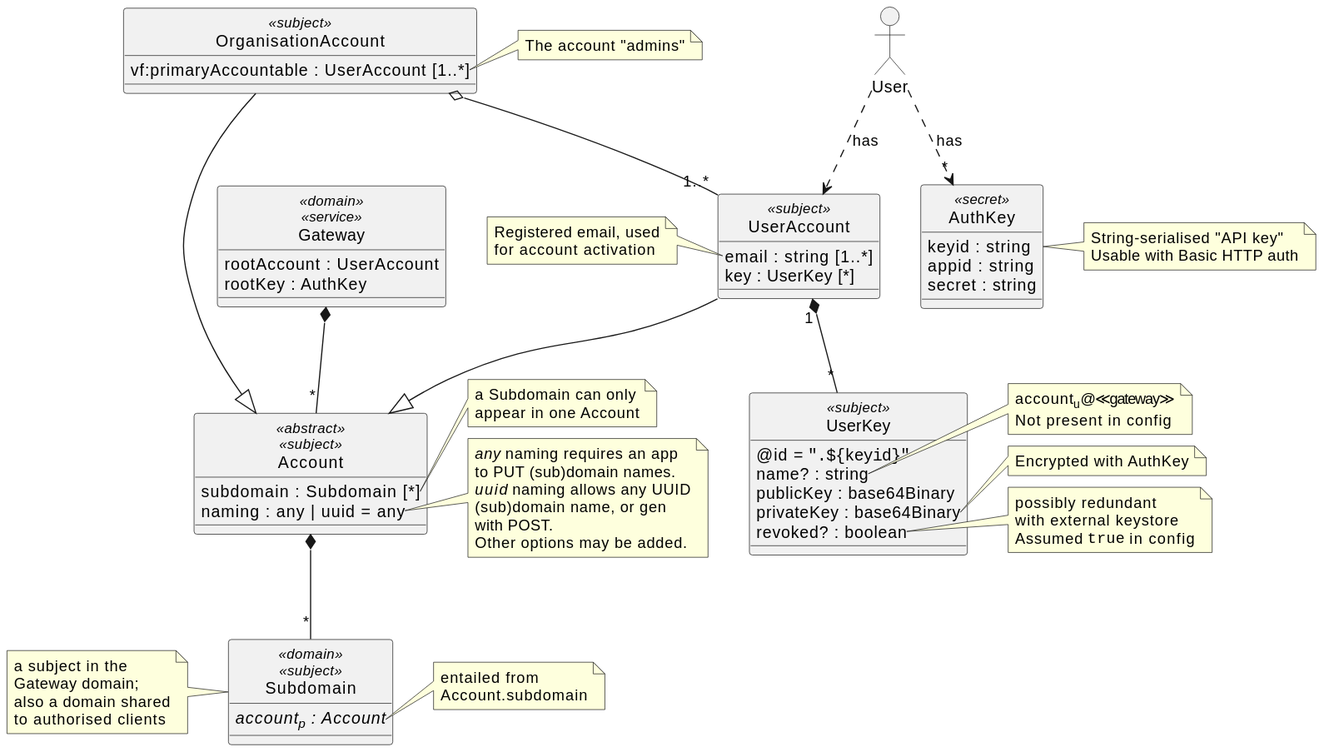
m-ld/m-ld-gateway keeps this PlantUML diagram as architecture/security/img/accounts.class.svg. Above is the earlier version.
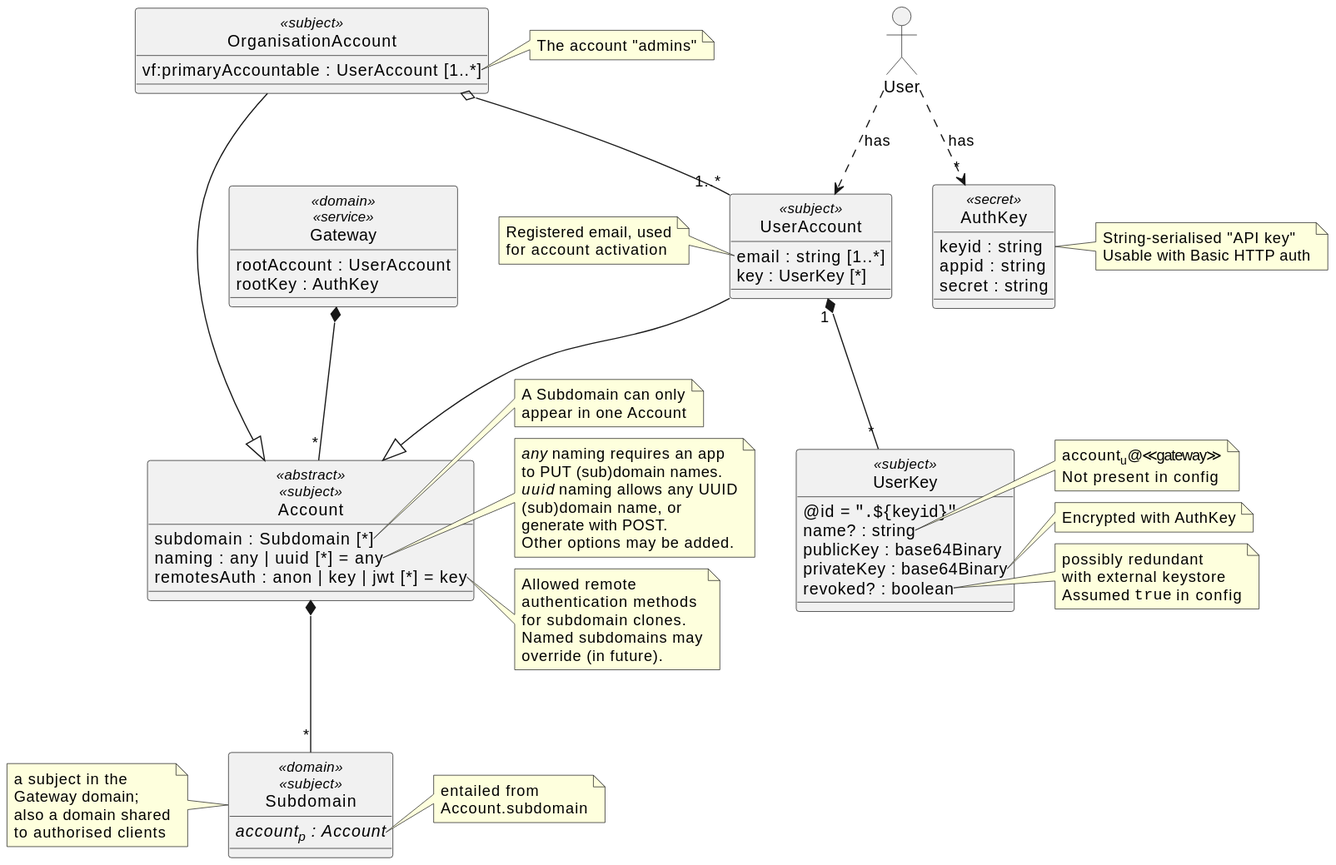
Above is the later version.

Change to the diagram source:
```diff
@@ -12,19 +12,27 @@
 
 class Account <<abstract>> <<subject>> {
   subdomain : Subdomain [*]
-  naming : any | uuid = any
+  naming : any | uuid [*] = any
+  remotesAuth : anon | key | jwt [*] = key
 }
 note right of Account::subdomain
-  a Subdomain can only
+  A Subdomain can only
   appear in one Account
 end note
 note right of Account::naming
  //any// naming requires an app
  to PUT (sub)domain names.
  //uuid// naming allows any UUID
- (sub)domain name, or gen
- with POST.
+ (sub)domain name, or
+ generate with POST.
  Other options may be added.
+end note
+note right of Account::remotesAuth
+  Allowed remote
+  authentication methods
+  for subdomain clones.
+  Named subdomains may
+  override (in future).
 end note
 
 Account *-- "*" Subdomain
```
